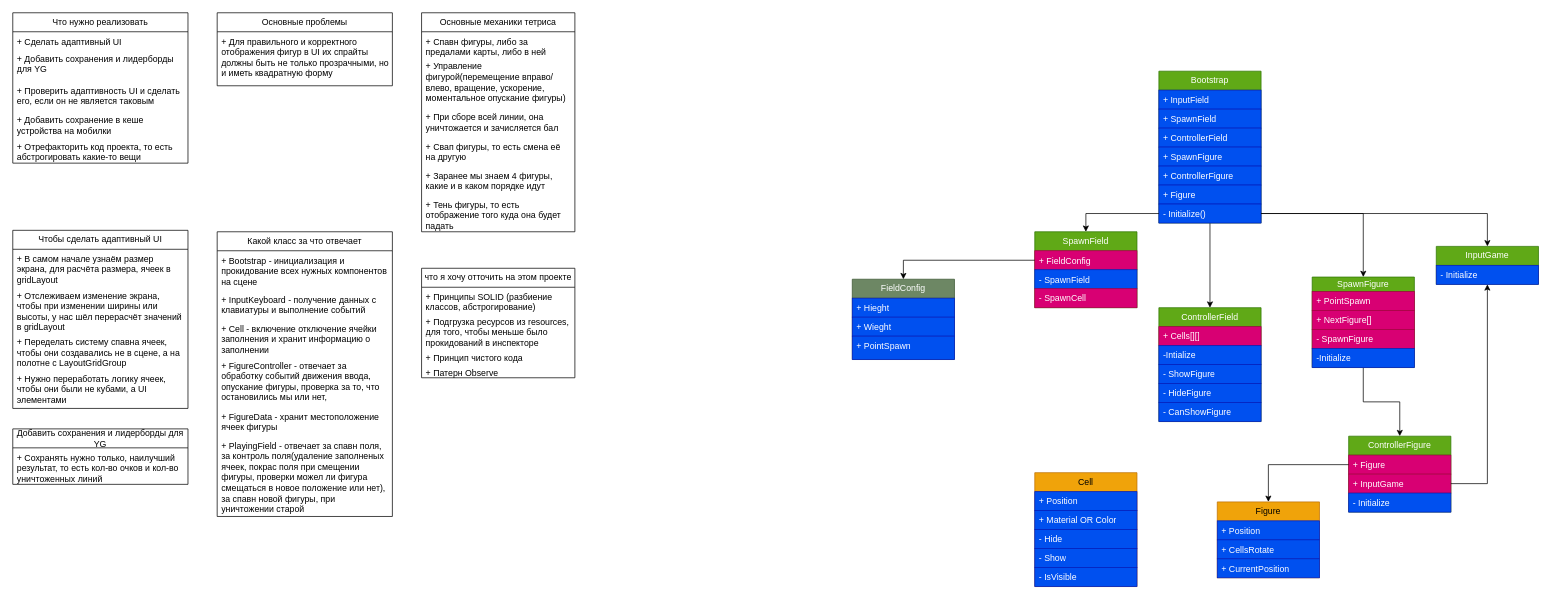
Bablakov/Tetris keeps this draw.io diagram as TetrisGame.drawio. Above is the earlier version. Source tidied: cells renumbered, new cells numbered last; positions are measured from the earlier drawing's top-left corner, leaving out a move shared by most shapes. Both pictures are drawn from the tidied source at 73%, with x=0, y=0 at pixel (12, 12).
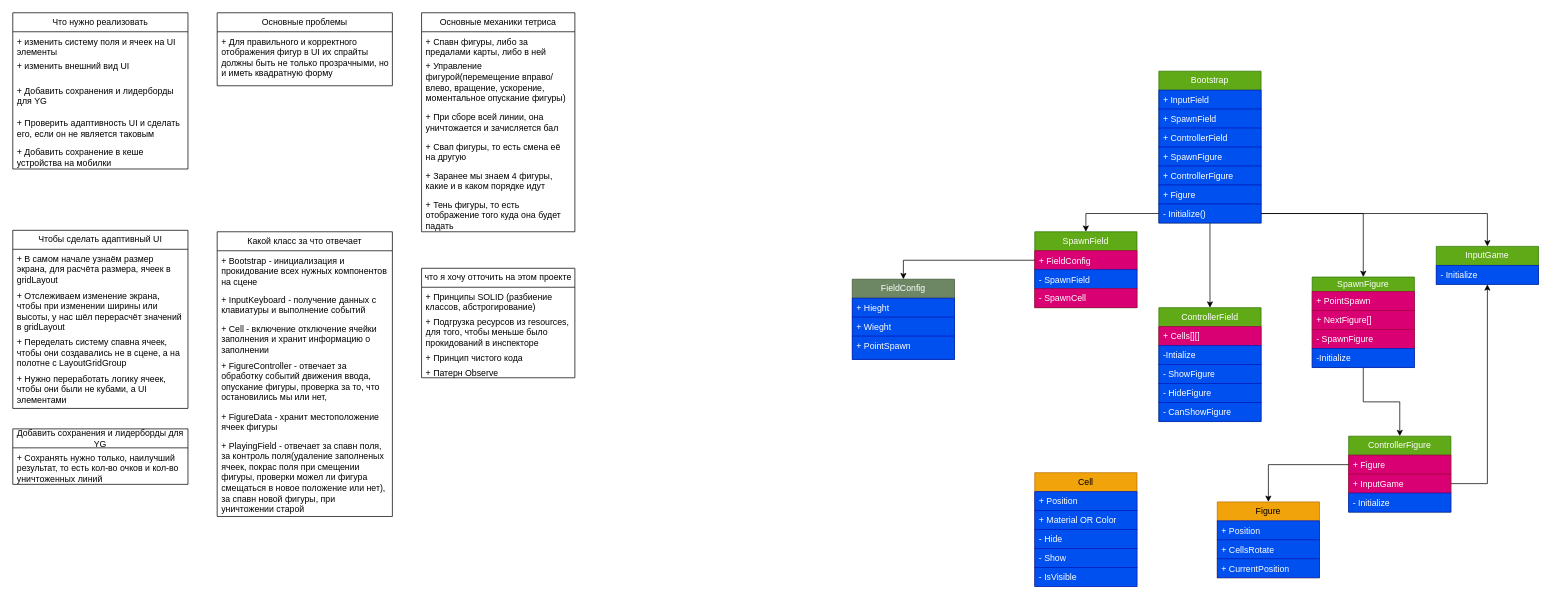
Above is the later version.

The edit, as a diff of the source:
```diff
@@
     <mxCell id="2" value="Что нужно реализовать" style="swimlane;fontStyle=0;horizontal=1;startSize=26;fillColor=none;whiteSpace=wrap;html=1;" parent="1" vertex="1">
-      <mxGeometry width="240" height="206" as="geometry" />
+      <mxGeometry width="240" height="214" as="geometry" />
     </mxCell>
-    <mxCell id="3" value="+ Сделать адаптивный UI" style="text;strokeColor=none;fillColor=none;align=left;verticalAlign=top;spacingLeft=4;spacingRight=4;overflow=hidden;whiteSpace=wrap;html=1;" parent="2" vertex="1">
-      <mxGeometry y="26" width="240" height="24" as="geometry" />
+    <mxCell id="3" value="+ изменить систему поля и ячеек на UI элементы" style="text;strokeColor=none;fillColor=none;align=left;verticalAlign=top;spacingLeft=4;spacingRight=4;overflow=hidden;whiteSpace=wrap;html=1;" parent="2" vertex="1">
+      <mxGeometry y="26" width="240" height="34" as="geometry" />
     </mxCell>
+    <mxCell id="87" value="+ изменить внешний вид UI&lt;div&gt;&lt;br&gt;&lt;/div&gt;" style="text;strokeColor=none;fillColor=none;align=left;verticalAlign=top;spacingLeft=4;spacingRight=4;overflow=hidden;whiteSpace=wrap;html=1;" parent="2" vertex="1">
+      <mxGeometry y="60" width="240" height="34" as="geometry" />
+    </mxCell>
     <mxCell id="4" value="+ Добавить сохранения и лидерборды для YG" style="text;strokeColor=none;fillColor=none;align=left;verticalAlign=top;spacingLeft=4;spacingRight=4;overflow=hidden;whiteSpace=wrap;html=1;" parent="2" vertex="1">
-      <mxGeometry y="50" width="240" height="44" as="geometry" />
+      <mxGeometry y="94" width="240" height="44" as="geometry" />
     </mxCell>
     <mxCell id="5" value="+ Проверить адаптивность UI и сделать его, если он не является таковым" style="text;strokeColor=none;fillColor=none;align=left;verticalAlign=top;spacingLeft=4;spacingRight=4;overflow=hidden;whiteSpace=wrap;html=1;" parent="2" vertex="1">
-      <mxGeometry y="94" width="240" height="40" as="geometry" />
+      <mxGeometry y="138" width="240" height="40" as="geometry" />
     </mxCell>
     <mxCell id="6" value="+ Добавить сохранение в кеше устройства на мобилки" style="text;strokeColor=none;fillColor=none;align=left;verticalAlign=top;spacingLeft=4;spacingRight=4;overflow=hidden;whiteSpace=wrap;html=1;" parent="2" vertex="1">
-      <mxGeometry y="134" width="240" height="36" as="geometry" />
+      <mxGeometry y="178" width="240" height="36" as="geometry" />
     </mxCell>
-    <mxCell id="7" value="+ Отрефакторить код проекта, то есть абстрогировать какие-то вещи" style="text;strokeColor=none;fillColor=none;align=left;verticalAlign=top;spacingLeft=4;spacingRight=4;overflow=hidden;whiteSpace=wrap;html=1;" parent="2" vertex="1">
-      <mxGeometry y="170" width="240" height="36" as="geometry" />
-    </mxCell>
```
